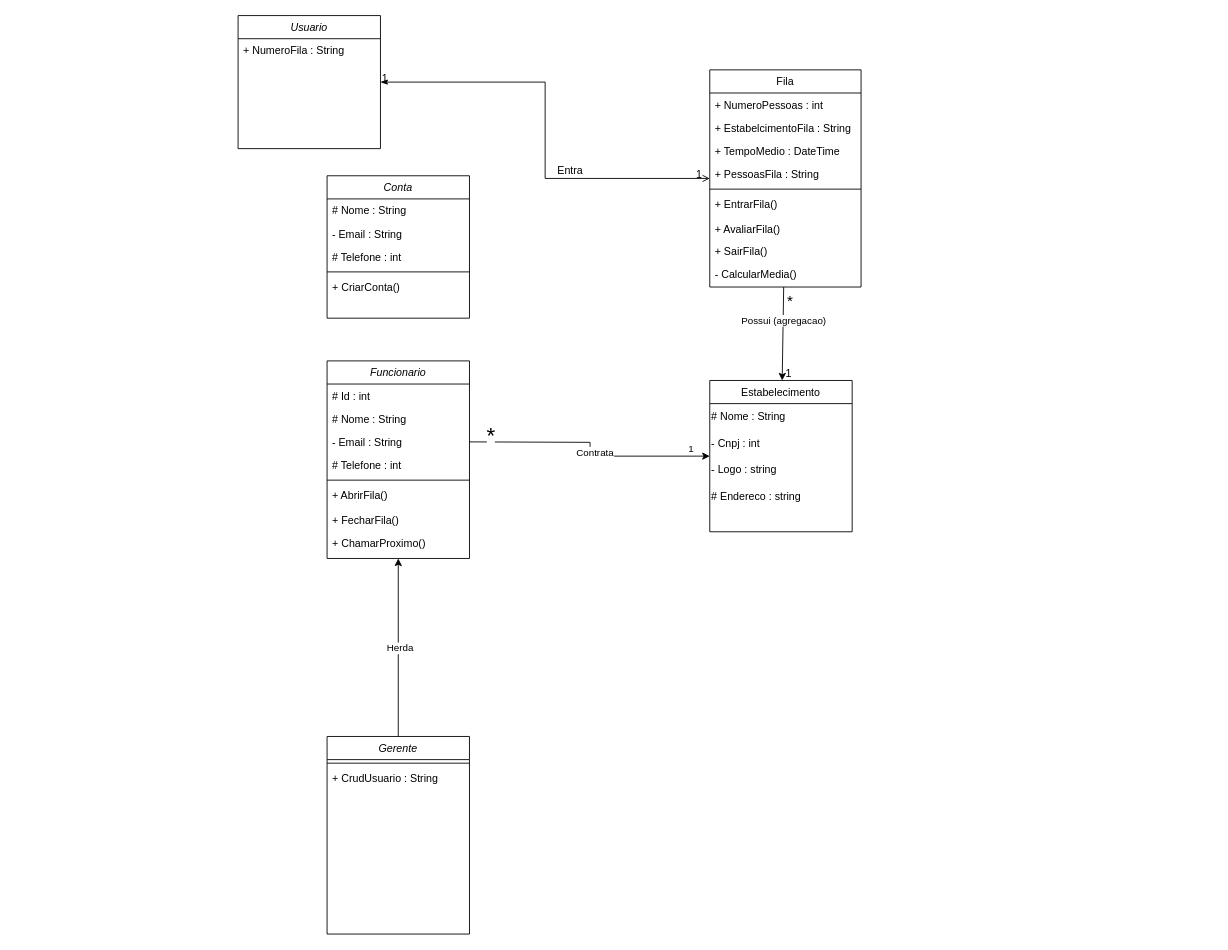
This is DiagramaClassesPit.drawio from ArthurMLi/Pit, a draw.io file, before an edit. Source tidied: cells renumbered, new cells numbered last; positions are measured from the earlier drawing's top-left corner, leaving out a move shared by most shapes. Both pictures are drawn from the tidied source at 89%, with x=0, y=0 at pixel (238, 15).
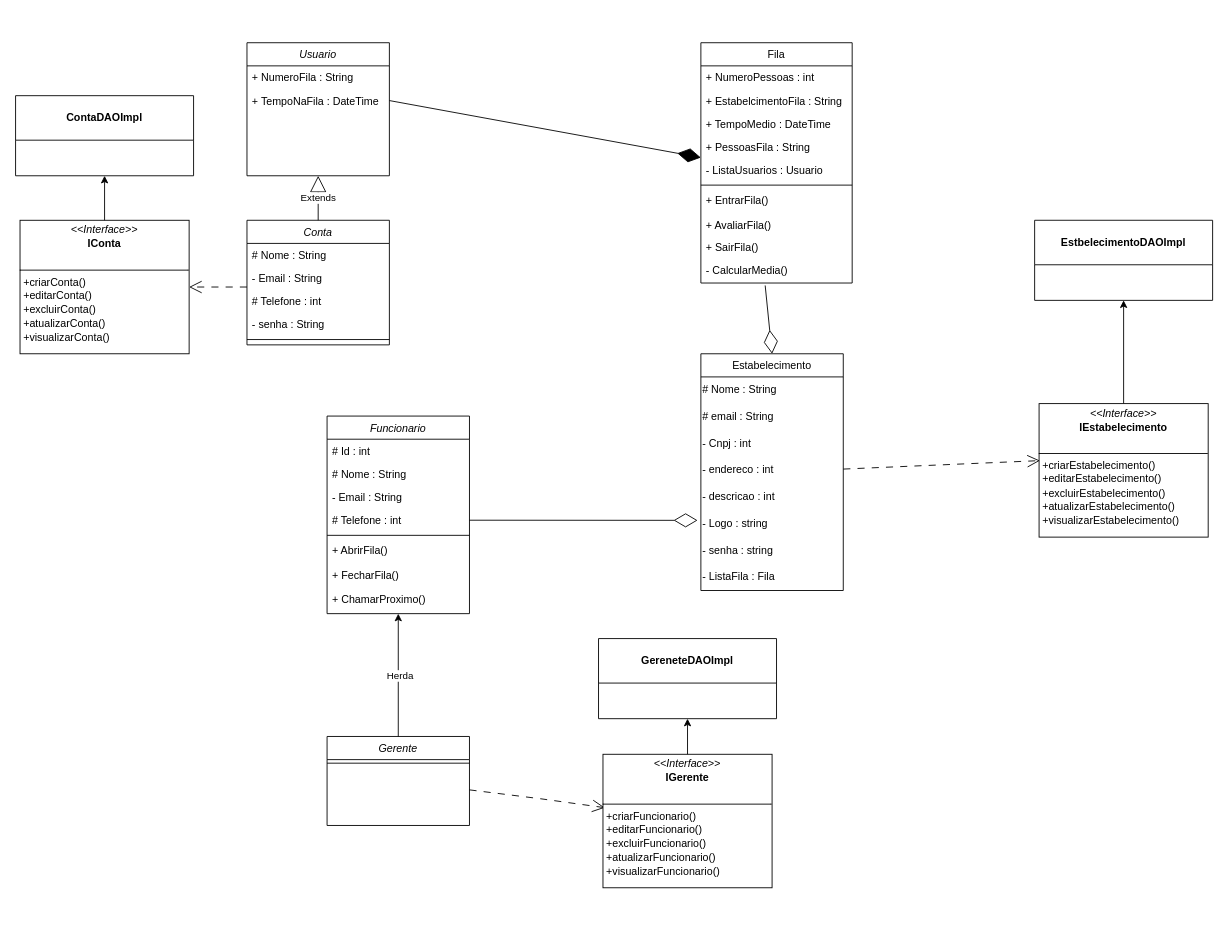
The same page after the edit.

Commit message:
update diagrama de classe

The change refers to these unchanged cells:
```xml
<mxCell id="13" value="+ PessoasFila : String" style="text;align=left;verticalAlign=top;spacingLeft=4;spacingRight=4;overflow=hidden;points=[[0,0.5],[1,0.5]];portConstraint=eastwest;rounded=0;shadow=0;html=0;" parent="9" vertex="1">
  <mxGeometry y="104" width="170" height="26" as="geometry" />
</mxCell>
<mxCell id="35" value="# Telefone : int" style="text;align=left;verticalAlign=top;spacingLeft=4;spacingRight=4;overflow=hidden;points=[[0,0.5],[1,0.5]];portConstraint=eastwest;rounded=0;shadow=0;html=0;" parent="31" vertex="1">
  <mxGeometry y="104" width="160" height="26" as="geometry" />
</mxCell>
```

The edit, as a diff of the source:
```diff
@@
     <mxCell id="2" value="Usuario" style="swimlane;fontStyle=2;align=center;verticalAlign=top;horizontal=1;startSize=26;rounded=0;shadow=0;strokeWidth=1;" parent="1" vertex="1">
-      <mxGeometry width="160" height="149.5" as="geometry" />
+      <mxGeometry x="10" y="30.5" width="160" height="149.5" as="geometry" />
     </mxCell>
@@
+    <mxCell id="51" value="+ TempoNaFila : DateTime" style="text;align=left;verticalAlign=top;spacingLeft=4;spacingRight=4;overflow=hidden;points=[[0,0.5],[1,0.5]];portConstraint=eastwest;rounded=0;shadow=0;html=0;" parent="2" vertex="1">
+      <mxGeometry y="52" width="160" height="26" as="geometry" />
+    </mxCell>
     <mxCell id="4" value="Estabelecimento" style="swimlane;fontStyle=0;align=center;verticalAlign=top;horizontal=1;startSize=26;rounded=0;shadow=0;strokeWidth=1;" parent="1" vertex="1">
-      <mxGeometry x="530" y="410" width="160" height="170" as="geometry" />
+      <mxGeometry x="520" y="380" width="160" height="266" as="geometry" />
     </mxCell>
@@
+    <mxCell id="52" value="# email : String" style="text;html=1;align=left;verticalAlign=middle;strokeColor=none;fillColor=none;" parent="4" vertex="1">
+      <mxGeometry y="56" width="160" height="30" as="geometry" />
+    </mxCell>
     <mxCell id="6" value="- Cnpj : int&amp;nbsp;" style="text;html=1;align=left;verticalAlign=middle;strokeColor=none;fillColor=none;" parent="4" vertex="1">
-      <mxGeometry y="56" width="160" height="30" as="geometry" />
+      <mxGeometry y="86" width="160" height="30" as="geometry" />
     </mxCell>
+    <mxCell id="53" value="- endereco : int&amp;nbsp;" style="text;html=1;align=left;verticalAlign=middle;strokeColor=none;fillColor=none;" parent="4" vertex="1">
+      <mxGeometry y="116" width="160" height="30" as="geometry" />
+    </mxCell>
+    <mxCell id="54" value="- descricao : int&amp;nbsp;" style="text;html=1;align=left;verticalAlign=middle;strokeColor=none;fillColor=none;" parent="4" vertex="1">
+      <mxGeometry y="146" width="160" height="30" as="geometry" />
+    </mxCell>
     <mxCell id="7" value="- Logo : string&amp;nbsp;" style="text;html=1;align=left;verticalAlign=middle;points=[];strokeColor=none;fillColor=none;" parent="4" vertex="1">
-      <mxGeometry y="86" width="160" height="30" as="geometry" />
+      <mxGeometry y="176" width="160" height="30" as="geometry" />
     </mxCell>
-    <mxCell id="8" value="# Endereco : string&amp;nbsp;" style="text;html=1;align=left;verticalAlign=middle;strokeColor=none;fillColor=none;" parent="4" vertex="1">
-      <mxGeometry y="116" width="160" height="30" as="geometry" />
-    </mxCell>
+    <mxCell id="55" value="- senha : string&amp;nbsp;" style="text;html=1;align=left;verticalAlign=middle;strokeColor=none;fillColor=none;" parent="4" vertex="1">
+      <mxGeometry y="206" width="160" height="30" as="geometry" />
+    </mxCell>
+    <mxCell id="56" value="- ListaFila : Fila" style="text;html=1;align=left;verticalAlign=middle;strokeColor=none;fillColor=none;" parent="4" vertex="1">
+      <mxGeometry y="236" width="160" height="30" as="geometry" />
+    </mxCell>
     <mxCell id="9" value="Fila" style="swimlane;fontStyle=0;align=center;verticalAlign=top;horizontal=1;startSize=26;rounded=0;shadow=0;strokeWidth=1;" parent="1" vertex="1">
-      <mxGeometry x="530" y="61" width="170" height="244" as="geometry" />
+      <mxGeometry x="520" y="30.5" width="170" height="270" as="geometry" />
     </mxCell>
@@
+    <mxCell id="57" value="- ListaUsuarios : Usuario" style="text;align=left;verticalAlign=top;spacingLeft=4;spacingRight=4;overflow=hidden;rounded=0;shadow=0;html=0;" parent="9" vertex="1">
+      <mxGeometry y="130" width="170" height="26" as="geometry" />
+    </mxCell>
     <mxCell id="14" style="line;html=1;strokeWidth=1;align=left;verticalAlign=middle;spacingTop=-1;spacingLeft=3;spacingRight=3;labelPosition=right;" parent="9" vertex="1">
-      <mxGeometry y="130" width="170" height="8" as="geometry" />
+      <mxGeometry y="156" width="170" height="8" as="geometry" />
     </mxCell>
     <mxCell id="15" value="+ EntrarFila()" style="text;align=left;verticalAlign=top;spacingLeft=4;spacingRight=4;overflow=hidden;" parent="9" vertex="1">
-      <mxGeometry y="138" width="170" height="28" as="geometry" />
+      <mxGeometry y="164" width="170" height="28" as="geometry" />
     </mxCell>
     <mxCell id="16" value="+ AvaliarFila()" style="text;align=left;verticalAlign=top;spacingLeft=4;spacingRight=4;overflow=hidden;rounded=0;shadow=0;html=0;" parent="9" vertex="1">
-      <mxGeometry y="166" width="170" height="24" as="geometry" />
+      <mxGeometry y="192" width="170" height="24" as="geometry" />
     </mxCell>
     <mxCell id="17" value="+ SairFila()" style="text;align=left;verticalAlign=top;spacingLeft=4;spacingRight=4;overflow=hidden;rounded=0;shadow=0;html=0;" parent="9" vertex="1">
-      <mxGeometry y="190" width="170" height="26" as="geometry" />
+      <mxGeometry y="216" width="170" height="26" as="geometry" />
     </mxCell>
     <mxCell id="18" value="- CalcularMedia()" style="text;align=left;verticalAlign=top;spacingLeft=4;spacingRight=4;overflow=hidden;points=[[0,0.5],[1,0.5]];portConstraint=eastwest;" parent="9" vertex="1">
-      <mxGeometry y="216" width="170" height="28" as="geometry" />
+      <mxGeometry y="242" width="170" height="28" as="geometry" />
     </mxCell>
-    <mxCell id="19" style="endArrow=open;shadow=0;strokeWidth=1;rounded=0;curved=0;endFill=1;edgeStyle=elbowEdgeStyle;elbow=horizontal;startArrow=classicThin;startFill=1;" parent="1" edge="1" source="2" target="9">
-      <mxGeometry x="0.5" y="41" relative="1" as="geometry">
-        <mxPoint x="-40" y="32" as="offset" />
-      </mxGeometry>
-    </mxCell>
-    <mxCell id="20" value="1" style="align=left;verticalAlign=bottom;labelBackgroundColor=none;fontSize=12;" parent="19" vertex="1">
-      <mxGeometry x="-1" relative="1" as="geometry">
-        <mxPoint y="4" as="offset" />
-      </mxGeometry>
-    </mxCell>
-    <mxCell id="21" value="1" style="align=right;verticalAlign=bottom;labelBackgroundColor=none;fontSize=12;" parent="19" vertex="1">
-      <mxGeometry x="1" relative="1" as="geometry">
-        <mxPoint x="-7" y="4" as="offset" />
-      </mxGeometry>
-    </mxCell>
-    <mxCell id="22" value="Entra" style="text;html=1;align=center;verticalAlign=middle;labelBackgroundColor=none;rounded=0;shadow=0;strokeWidth=1;fontSize=12;" parent="19" vertex="1">
-      <mxGeometry x="0.5" y="49" relative="1" as="geometry">
-        <mxPoint x="-38" y="40" as="offset" />
-      </mxGeometry>
-    </mxCell>
-    <mxCell id="23" style="endArrow=classic;html=1;rounded=0;" parent="1" edge="1" source="9" target="4">
-      <mxGeometry relative="1" as="geometry" />
-    </mxCell>
-    <mxCell id="24" value="Possui (agregacao)" style="edgeLabel;html=1;align=center;verticalAlign=middle;" parent="23" vertex="1">
-      <mxGeometry x="-0.65" relative="1" as="geometry">
-        <mxPoint y="20" as="offset" />
-      </mxGeometry>
-    </mxCell>
-    <mxCell id="25" value="&lt;font style=&quot;font-size: 17px;&quot;&gt;*&lt;/font&gt;" style="edgeLabel;html=1;align=center;verticalAlign=middle;" parent="23" vertex="1">
-      <mxGeometry x="-0.8" y="1" relative="1" as="geometry">
-        <mxPoint x="6" y="5" as="offset" />
-      </mxGeometry>
-    </mxCell>
-    <mxCell id="26" value="&amp;nbsp; &amp;nbsp; &amp;nbsp;1" style="text;html=1;align=center;verticalAlign=middle;strokeColor=none;fillColor=none;" parent="1" vertex="1">
-      <mxGeometry x="585" y="388" width="50" height="30" as="geometry" />
-    </mxCell>
-    <mxCell id="27" style="edgeStyle=orthogonalEdgeStyle;rounded=0;jettySize=auto;html=1;" parent="1" edge="1" target="4">
-      <mxGeometry relative="1" as="geometry">
-        <mxPoint x="260" y="479" as="sourcePoint" />
-      </mxGeometry>
-    </mxCell>
-    <mxCell id="28" value="&lt;font style=&quot;font-size: 25px;&quot;&gt;*&lt;/font&gt;" style="edgeLabel;html=1;align=center;verticalAlign=middle;" parent="27" vertex="1">
-      <mxGeometry x="-0.83" relative="1" as="geometry">
-        <mxPoint y="-9" as="offset" />
-      </mxGeometry>
-    </mxCell>
-    <mxCell id="29" value="1" style="edgeLabel;html=1;align=center;verticalAlign=middle;" parent="27" vertex="1">
-      <mxGeometry x="0.85" y="9" relative="1" as="geometry" />
-    </mxCell>
-    <mxCell id="30" value="Contrata" style="edgeLabel;html=1;align=center;verticalAlign=middle;" parent="27" vertex="1">
-      <mxGeometry x="-0.13" y="4" relative="1" as="geometry">
-        <mxPoint x="16" y="15" as="offset" />
-      </mxGeometry>
-    </mxCell>
     <mxCell id="31" value="Funcionario" style="swimlane;fontStyle=2;align=center;verticalAlign=top;horizontal=1;startSize=26;rounded=0;shadow=0;strokeWidth=1;" parent="1" vertex="1">
-      <mxGeometry x="100" y="388" width="160" height="222" as="geometry" />
+      <mxGeometry x="100" y="450" width="160" height="222" as="geometry" />
     </mxCell>
@@
     <mxCell id="40" value="Gerente" style="swimlane;fontStyle=2;align=center;verticalAlign=top;horizontal=1;startSize=26;rounded=0;shadow=0;strokeWidth=1;" parent="1" vertex="1">
-      <mxGeometry x="100" y="810" width="160" height="222" as="geometry" />
+      <mxGeometry x="100" y="810" width="160" height="100" as="geometry" />
     </mxCell>
@@
-    <mxCell id="42" value="+ CrudUsuario : String" style="text;align=left;verticalAlign=top;spacingLeft=4;spacingRight=4;overflow=hidden;" parent="40" vertex="1">
-      <mxGeometry y="34" width="160" height="28" as="geometry" />
-    </mxCell>
@@
     <mxCell id="45" value="Conta" style="swimlane;fontStyle=2;align=center;verticalAlign=top;horizontal=1;startSize=26;rounded=0;shadow=0;strokeWidth=1;" parent="1" vertex="1">
-      <mxGeometry x="100" y="180" width="160" height="160" as="geometry" />
+      <mxGeometry x="10" y="230" width="160" height="140" as="geometry" />
     </mxCell>
@@
+    <mxCell id="58" value="- senha : String" style="text;align=left;verticalAlign=top;spacingLeft=4;spacingRight=4;overflow=hidden;rounded=0;shadow=0;html=0;" parent="45" vertex="1">
+      <mxGeometry y="104" width="160" height="26" as="geometry" />
+    </mxCell>
     <mxCell id="49" style="line;html=1;strokeWidth=1;align=left;verticalAlign=middle;spacingTop=-1;spacingLeft=3;spacingRight=3;labelPosition=right;" parent="45" vertex="1">
-      <mxGeometry y="104" width="160" height="8" as="geometry" />
+      <mxGeometry y="130" width="160" height="8" as="geometry" />
     </mxCell>
-    <mxCell id="50" value="+ CriarConta()" style="text;align=left;verticalAlign=top;spacingLeft=4;spacingRight=4;overflow=hidden;" parent="45" vertex="1">
-      <mxGeometry y="112" width="160" height="28" as="geometry" />
-    </mxCell>
+    <mxCell id="59" style="endArrow=diamondThin;endFill=1;endSize=24;html=1;rounded=0;entryX=0;entryY=0.962;entryDx=0;entryDy=0;entryPerimeter=0;exitX=1;exitY=0.5;exitDx=0;exitDy=0;" parent="1" edge="1" source="51" target="13">
+      <mxGeometry relative="1" as="geometry" />
+    </mxCell>
+    <mxCell id="60" style="endArrow=diamondThin;endFill=0;endSize=24;html=1;rounded=0;exitX=0.425;exitY=1.098;exitDx=0;exitDy=0;exitPerimeter=0;entryX=0.5;entryY=0;entryDx=0;entryDy=0;" parent="1" edge="1" source="18" target="4">
+      <mxGeometry relative="1" as="geometry" />
+    </mxCell>
+    <mxCell id="61" style="endArrow=diamondThin;endFill=0;endSize=24;html=1;rounded=0;entryX=-0.023;entryY=0.372;entryDx=0;entryDy=0;entryPerimeter=0;exitX=1;exitY=0.5;exitDx=0;exitDy=0;" parent="1" edge="1" source="35" target="7">
+      <mxGeometry relative="1" as="geometry" />
+    </mxCell>
+    <mxCell id="62" value="Extends" style="endArrow=block;endSize=16;endFill=0;html=1;rounded=0;exitX=0.5;exitY=0;exitDx=0;exitDy=0;entryX=0.5;entryY=1;entryDx=0;entryDy=0;" parent="1" edge="1" source="45" target="2">
+      <mxGeometry relative="1" as="geometry" />
+    </mxCell>
+    <mxCell id="63" style="endArrow=open;html=1;rounded=0;dashed=1;dashPattern=8 8;endFill=0;strokeWidth=1;endSize=12;entryX=0.005;entryY=0.427;entryDx=0;entryDy=0;entryPerimeter=0;" parent="1" edge="1" source="4" target="68">
+      <mxGeometry relative="1" as="geometry" />
+    </mxCell>
+    <mxCell id="64" value="EstbelecimentoDAOImpl" style="swimlane;whiteSpace=wrap;html=1;startSize=50;" parent="1" vertex="1">
+      <mxGeometry x="895" y="230" width="200" height="90" as="geometry" />
+    </mxCell>
+    <mxCell id="65" style="endArrow=classic;html=1;rounded=0;exitX=0.5;exitY=0;exitDx=0;exitDy=0;" parent="1" edge="1" source="68" target="64">
+      <mxGeometry relative="1" as="geometry" />
+    </mxCell>
+    <mxCell id="66" style="endArrow=open;html=1;rounded=0;dashed=1;dashPattern=8 8;endFill=0;strokeWidth=1;endSize=12;entryX=0.011;entryY=0.4;entryDx=0;entryDy=0;entryPerimeter=0;" parent="1" edge="1" source="40" target="67">
+      <mxGeometry relative="1" as="geometry">
+        <Array as="points">
+          <mxPoint x="340" y="880" />
+        </Array>
+      </mxGeometry>
+    </mxCell>
+    <mxCell id="67" value="&lt;p style=&quot;margin: 4px 0px 0px; text-align: center; line-height: 130%;&quot;&gt;&lt;i&gt;&amp;lt;&amp;lt;Interface&amp;gt;&amp;gt;&lt;/i&gt;&lt;br&gt;&lt;b&gt;IGerente&lt;/b&gt;&lt;/p&gt;&lt;br&gt;&lt;hr size=&quot;1&quot; style=&quot;border-style: solid; line-height: 130%;&quot;&gt;&lt;p style=&quot;margin: 0px 0px 0px 4px; line-height: 130%;&quot;&gt;&lt;span style=&quot;background-color: initial;&quot;&gt;+criarFuncionario()&lt;/span&gt;&lt;/p&gt;&lt;p style=&quot;margin: 0px 0px 0px 4px; line-height: 130%;&quot;&gt;+editarFuncionario()&lt;br&gt;+excluirFuncionario()&lt;br&gt;+atualizarFuncionario()&lt;/p&gt;&lt;p style=&quot;margin: 0px 0px 0px 4px; line-height: 130%;&quot;&gt;+visualizarFuncionario()&lt;br&gt;&lt;br&gt;&lt;br&gt;&lt;/p&gt;" style="verticalAlign=top;align=left;overflow=fill;html=1;whiteSpace=wrap;" parent="1" vertex="1">
+      <mxGeometry x="410" y="830" width="190" height="150" as="geometry" />
+    </mxCell>
+    <mxCell id="68" value="&lt;p style=&quot;margin: 4px 0px 0px; text-align: center; line-height: 130%;&quot;&gt;&lt;i&gt;&amp;lt;&amp;lt;Interface&amp;gt;&amp;gt;&lt;/i&gt;&lt;br&gt;&lt;b&gt;IEstabelecimento&lt;/b&gt;&lt;/p&gt;&lt;br&gt;&lt;hr size=&quot;1&quot; style=&quot;border-style: solid; line-height: 130%;&quot;&gt;&lt;p style=&quot;margin: 0px 0px 0px 4px; line-height: 130%;&quot;&gt;&lt;span style=&quot;background-color: initial;&quot;&gt;+criarEstabelecimento()&lt;/span&gt;&lt;/p&gt;&lt;p style=&quot;margin: 0px 0px 0px 4px; line-height: 130%;&quot;&gt;+editarEstabelecimento()&lt;br&gt;+excluirEstabelecimento()&lt;br&gt;+atualizarEstabelecimento()&lt;/p&gt;&lt;p style=&quot;margin: 0px 0px 0px 4px; line-height: 130%;&quot;&gt;+visualizarEstabelecimento()&lt;br&gt;&lt;br&gt;&lt;br&gt;&lt;/p&gt;" style="verticalAlign=top;align=left;overflow=fill;html=1;whiteSpace=wrap;" parent="1" vertex="1">
+      <mxGeometry x="900" y="436" width="190" height="150" as="geometry" />
+    </mxCell>
+    <mxCell id="69" value="GereneteDAOImpl" style="swimlane;whiteSpace=wrap;html=1;startSize=50;" parent="1" vertex="1">
+      <mxGeometry x="405" y="700" width="200" height="90" as="geometry" />
+    </mxCell>
+    <mxCell id="70" style="endArrow=classic;html=1;rounded=0;exitX=0.5;exitY=0;exitDx=0;exitDy=0;entryX=0.5;entryY=1;entryDx=0;entryDy=0;" parent="1" edge="1" source="67" target="69">
+      <mxGeometry relative="1" as="geometry" />
+    </mxCell>
+    <mxCell id="71" value="&lt;p style=&quot;margin: 4px 0px 0px; text-align: center; line-height: 130%;&quot;&gt;&lt;i&gt;&amp;lt;&amp;lt;Interface&amp;gt;&amp;gt;&lt;/i&gt;&lt;br&gt;&lt;b&gt;IConta&lt;/b&gt;&lt;/p&gt;&lt;br&gt;&lt;hr size=&quot;1&quot; style=&quot;border-style: solid; line-height: 130%;&quot;&gt;&lt;p style=&quot;margin: 0px 0px 0px 4px; line-height: 130%;&quot;&gt;&lt;span style=&quot;background-color: initial;&quot;&gt;+criarConta()&lt;/span&gt;&lt;/p&gt;&lt;p style=&quot;margin: 0px 0px 0px 4px; line-height: 130%;&quot;&gt;+editarConta()&lt;br&gt;+excluirConta()&lt;br&gt;+atualizarConta()&lt;/p&gt;&lt;p style=&quot;margin: 0px 0px 0px 4px; line-height: 130%;&quot;&gt;+visualizarConta()&lt;br&gt;&lt;br&gt;&lt;br&gt;&lt;/p&gt;" style="verticalAlign=top;align=left;overflow=fill;html=1;whiteSpace=wrap;" parent="1" vertex="1">
+      <mxGeometry x="-245" y="230" width="190" height="150" as="geometry" />
+    </mxCell>
+    <mxCell id="72" style="endArrow=open;html=1;rounded=0;dashed=1;dashPattern=8 8;endFill=0;strokeWidth=1;endSize=12;entryX=1;entryY=0.5;entryDx=0;entryDy=0;" parent="1" edge="1" target="71">
+      <mxGeometry relative="1" as="geometry">
+        <mxPoint x="10" y="305" as="sourcePoint" />
+      </mxGeometry>
+    </mxCell>
+    <mxCell id="73" value="ContaDAOImpl" style="swimlane;whiteSpace=wrap;html=1;startSize=50;" parent="1" vertex="1">
+      <mxGeometry x="-250" y="90" width="200" height="90" as="geometry" />
+    </mxCell>
+    <mxCell id="74" style="endArrow=classic;html=1;rounded=0;entryX=0.5;entryY=1;entryDx=0;entryDy=0;exitX=0.5;exitY=0;exitDx=0;exitDy=0;" parent="1" edge="1" source="71" target="73">
+      <mxGeometry relative="1" as="geometry" />
+    </mxCell>
```
